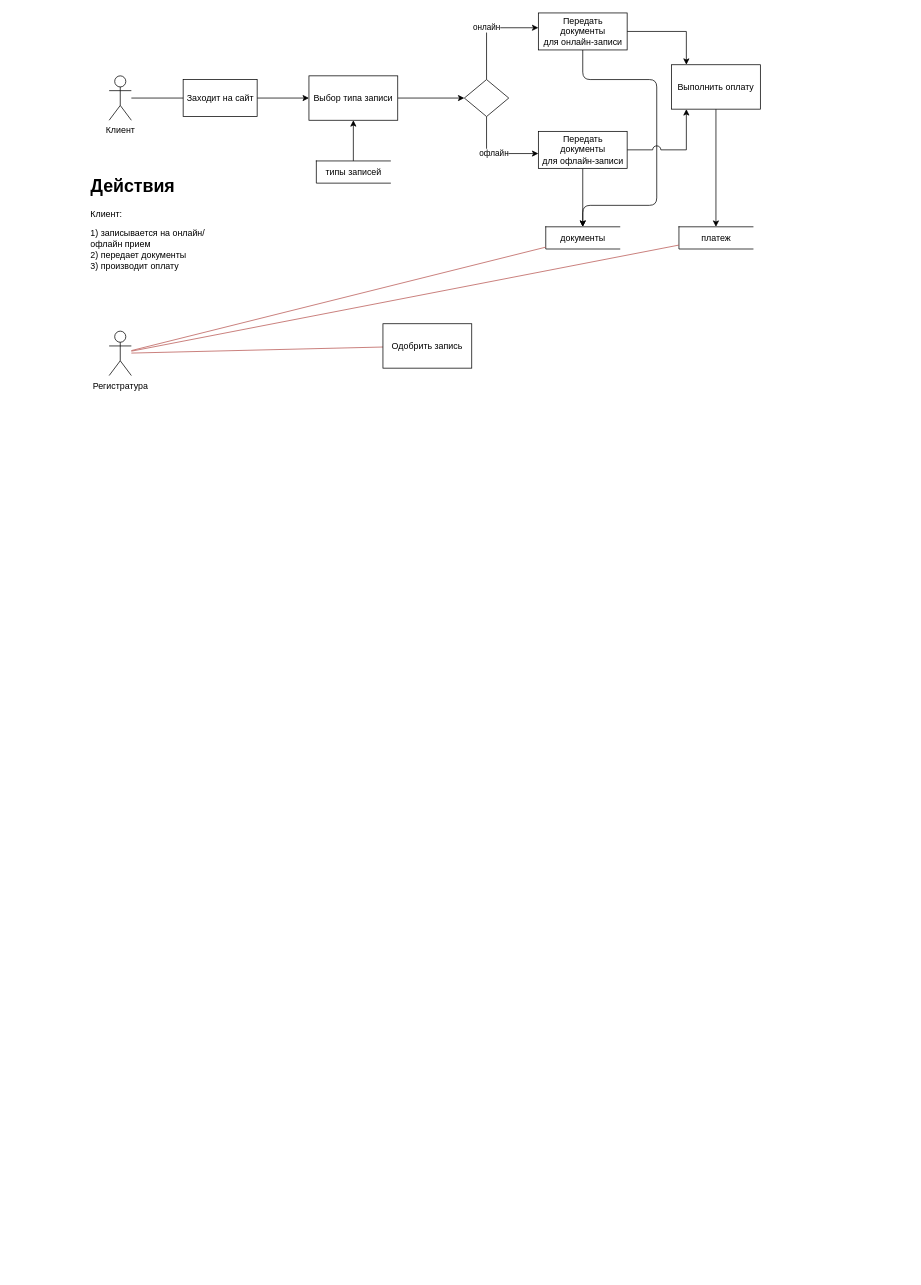
Earlier version of the draw.io diagram page "Page-2" (2 of 2) of diagram.drawio (vlvsk/TechnologiiProg). Source tidied: cells renumbered, new cells numbered last; positions are measured from the earlier drawing's top-left corner, leaving out a move shared by most shapes. Both pictures are drawn from the tidied source at 74%, with x=0, y=0 at pixel (87, 13).
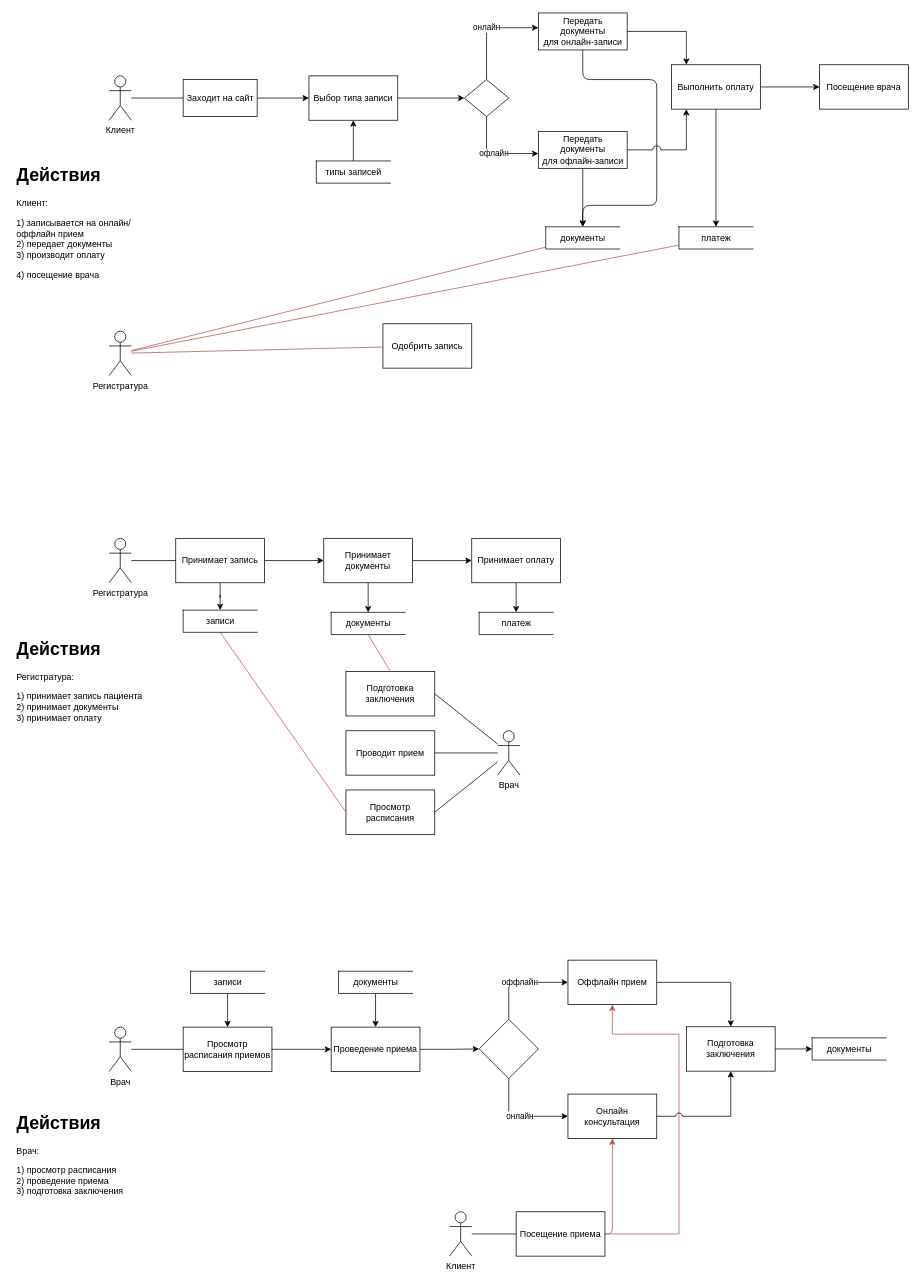
Above is the later version.

Unchanged cells that the change refers to:
```xml
<mxCell id="21" value="Выполнить оплату" style="whiteSpace=wrap;html=1;dashed=0;" parent="1" vertex="1">
  <mxGeometry x="790" y="70" width="120" height="60" as="geometry" />
</mxCell>
```

What changed in the source:
```diff
@@
-    <mxCell id="6" value="&lt;h1&gt;Действия&lt;br&gt;&lt;/h1&gt;&lt;p&gt;Клиент:&lt;/p&gt;&lt;p&gt;1) записывается на онлайн/офлайн прием&lt;br&gt;2) передает документы&lt;br&gt;3) производит оплату&lt;br&gt;&lt;/p&gt;&lt;div&gt;&lt;br&gt;&lt;/div&gt;&lt;div&gt;&lt;br&gt;&lt;/div&gt;" style="text;html=1;strokeColor=none;fillColor=none;spacing=5;spacingTop=-20;whiteSpace=wrap;overflow=hidden;rounded=0;" parent="1" vertex="1">
-      <mxGeometry y="214" width="190" height="180" as="geometry" />
+    <mxCell id="6" value="&lt;h1&gt;Действия&lt;br&gt;&lt;/h1&gt;&lt;p&gt;Клиент:&lt;/p&gt;&lt;p&gt;1) записывается на онлайн/оффлайн прием&lt;br&gt;2) передает документы&lt;br&gt;3) производит оплату&lt;br&gt;&lt;/p&gt;&lt;p&gt;4) посещение врача&lt;/p&gt;&lt;p&gt;&lt;br&gt;&lt;/p&gt;&lt;div&gt;&lt;br&gt;&lt;/div&gt;&lt;div&gt;&lt;br&gt;&lt;/div&gt;" style="text;html=1;strokeColor=none;fillColor=none;spacing=5;spacingTop=-20;whiteSpace=wrap;overflow=hidden;rounded=0;" parent="1" vertex="1">
+      <mxGeometry x="-100" y="200" width="190" height="180" as="geometry" />
     </mxCell>
@@
+    <mxCell id="29" style="edgeStyle=orthogonalEdgeStyle;rounded=0;jettySize=auto;html=1;" parent="1" edge="1" source="21" target="30">
+      <mxGeometry relative="1" as="geometry" />
+    </mxCell>
@@
+    <mxCell id="30" value="Посещение врача" style="whiteSpace=wrap;html=1;dashed=0;" parent="1" vertex="1">
+      <mxGeometry x="990" y="70" width="120" height="60" as="geometry" />
+    </mxCell>
+    <mxCell id="31" value="&lt;h1&gt;Действия&lt;br&gt;&lt;/h1&gt;&lt;p&gt;Регистратура:&lt;/p&gt;&lt;p&gt;1) принимает запись пациента&lt;br&gt;2) принимает документы&lt;br&gt;3) принимает оплату&lt;br&gt;&lt;/p&gt;&lt;p&gt;&lt;br&gt;&lt;/p&gt;&lt;div&gt;&lt;br&gt;&lt;/div&gt;&lt;div&gt;&lt;br&gt;&lt;/div&gt;" style="text;html=1;strokeColor=none;fillColor=none;spacing=5;spacingTop=-20;whiteSpace=wrap;overflow=hidden;rounded=0;" parent="1" vertex="1">
+      <mxGeometry x="-100" y="840" width="190" height="180" as="geometry" />
+    </mxCell>
+    <mxCell id="32" value="Регистратура" style="shape=umlActor;verticalLabelPosition=bottom;verticalAlign=top;html=1;outlineConnect=0;" parent="1" vertex="1">
+      <mxGeometry x="30" y="710" width="30" height="60" as="geometry" />
+    </mxCell>
+    <mxCell id="33" style="edgeStyle=orthogonalEdgeStyle;rounded=0;jettySize=auto;html=1;" parent="1" edge="1" source="35" target="39">
+      <mxGeometry relative="1" as="geometry" />
+    </mxCell>
+    <mxCell id="34" style="edgeStyle=orthogonalEdgeStyle;rounded=0;jettySize=auto;html=1;entryX=0.5;entryY=0;entryDx=0;entryDy=0;strokeColor=#000000;" parent="1" edge="1" source="35" target="72">
+      <mxGeometry relative="1" as="geometry" />
+    </mxCell>
+    <mxCell id="35" value="Принимает запись" style="rounded=0;whiteSpace=wrap;html=1;" parent="1" vertex="1">
+      <mxGeometry x="120" y="710" width="120" height="60" as="geometry" />
+    </mxCell>
+    <mxCell id="36" style="endArrow=none;html=1;entryX=0;entryY=0.5;entryDx=0;entryDy=0;" parent="1" edge="1" source="32" target="35">
+      <mxGeometry relative="1" as="geometry" />
+    </mxCell>
+    <mxCell id="37" style="edgeStyle=orthogonalEdgeStyle;rounded=0;jettySize=auto;html=1;" parent="1" edge="1" source="39" target="41">
+      <mxGeometry relative="1" as="geometry" />
+    </mxCell>
+    <mxCell id="38" style="edgeStyle=orthogonalEdgeStyle;rounded=0;jettySize=auto;html=1;entryX=0.5;entryY=0;entryDx=0;entryDy=0;" parent="1" edge="1" source="39" target="42">
+      <mxGeometry relative="1" as="geometry" />
+    </mxCell>
+    <mxCell id="39" value="Принимает документы" style="whiteSpace=wrap;html=1;rounded=0;" parent="1" vertex="1">
+      <mxGeometry x="320" y="710" width="120" height="60" as="geometry" />
+    </mxCell>
+    <mxCell id="40" style="edgeStyle=orthogonalEdgeStyle;rounded=0;jettySize=auto;html=1;entryX=0.5;entryY=0;entryDx=0;entryDy=0;" parent="1" edge="1" source="41" target="43">
+      <mxGeometry relative="1" as="geometry" />
+    </mxCell>
+    <mxCell id="41" value="Принимает оплату" style="rounded=0;whiteSpace=wrap;html=1;" parent="1" vertex="1">
+      <mxGeometry x="520" y="710" width="120" height="60" as="geometry" />
+    </mxCell>
+    <mxCell id="42" value="документы" style="html=1;dashed=0;whitespace=wrap;shape=partialRectangle;right=0;" parent="1" vertex="1">
+      <mxGeometry x="330" y="810" width="100" height="30" as="geometry" />
+    </mxCell>
+    <mxCell id="43" value="платеж" style="html=1;dashed=0;whitespace=wrap;shape=partialRectangle;right=0;" parent="1" vertex="1">
+      <mxGeometry x="530" y="810" width="100" height="30" as="geometry" />
+    </mxCell>
+    <mxCell id="44" value="Врач&lt;br&gt;" style="shape=umlActor;verticalLabelPosition=bottom;verticalAlign=top;html=1;outlineConnect=0;" parent="1" vertex="1">
+      <mxGeometry x="30" y="1370.5" width="30" height="60" as="geometry" />
+    </mxCell>
+    <mxCell id="45" style="edgeStyle=orthogonalEdgeStyle;rounded=0;jettySize=auto;html=1;" parent="1" edge="1" source="46" target="49">
+      <mxGeometry relative="1" as="geometry" />
+    </mxCell>
+    <mxCell id="46" value="Просмотр расписания приемов" style="rounded=0;whiteSpace=wrap;html=1;" parent="1" vertex="1">
+      <mxGeometry x="130" y="1370.5" width="120" height="60" as="geometry" />
+    </mxCell>
+    <mxCell id="47" style="endArrow=none;html=1;entryX=0;entryY=0.5;entryDx=0;entryDy=0;" parent="1" edge="1" source="44" target="46">
+      <mxGeometry relative="1" as="geometry" />
+    </mxCell>
+    <mxCell id="48" style="edgeStyle=orthogonalEdgeStyle;rounded=0;jettySize=auto;html=1;" parent="1" edge="1" source="49" target="52">
+      <mxGeometry relative="1" as="geometry" />
+    </mxCell>
+    <mxCell id="49" value="Проведение приема" style="rounded=0;whiteSpace=wrap;html=1;" parent="1" vertex="1">
+      <mxGeometry x="330" y="1370.5" width="120" height="60" as="geometry" />
+    </mxCell>
+    <mxCell id="50" value="оффлайн" style="edgeStyle=orthogonalEdgeStyle;rounded=0;jettySize=auto;html=1;entryX=0;entryY=0.5;entryDx=0;entryDy=0;" parent="1" edge="1" source="52" target="54">
+      <mxGeometry relative="1" as="geometry">
+        <Array as="points">
+          <mxPoint x="570" y="1310" />
+        </Array>
+      </mxGeometry>
+    </mxCell>
+    <mxCell id="51" value="онлайн" style="edgeStyle=orthogonalEdgeStyle;rounded=0;jettySize=auto;html=1;entryX=0;entryY=0.5;entryDx=0;entryDy=0;" parent="1" edge="1" source="52" target="55">
+      <mxGeometry relative="1" as="geometry">
+        <Array as="points">
+          <mxPoint x="570" y="1491" />
+        </Array>
+      </mxGeometry>
+    </mxCell>
+    <mxCell id="52" style="rhombus;whiteSpace=wrap;html=1;rounded=0;" parent="1" vertex="1">
+      <mxGeometry x="530" y="1360" width="80" height="80" as="geometry" />
+    </mxCell>
+    <mxCell id="53" style="edgeStyle=orthogonalEdgeStyle;rounded=0;jettySize=auto;html=1;" parent="1" edge="1" source="54" target="57">
+      <mxGeometry relative="1" as="geometry" />
+    </mxCell>
+    <mxCell id="54" value="Оффлайн прием" style="whiteSpace=wrap;html=1;rounded=0;" parent="1" vertex="1">
+      <mxGeometry x="650" y="1280" width="120" height="60" as="geometry" />
+    </mxCell>
+    <mxCell id="55" value="Онлайн &lt;br&gt;консультация" style="whiteSpace=wrap;html=1;rounded=0;" parent="1" vertex="1">
+      <mxGeometry x="650" y="1461" width="120" height="60" as="geometry" />
+    </mxCell>
+    <mxCell id="56" style="edgeStyle=orthogonalEdgeStyle;rounded=0;jettySize=auto;html=1;entryX=0;entryY=0.5;entryDx=0;entryDy=0;" parent="1" edge="1" source="57" target="58">
+      <mxGeometry relative="1" as="geometry" />
+    </mxCell>
+    <mxCell id="57" value="Подготовка заключения" style="whiteSpace=wrap;html=1;rounded=0;" parent="1" vertex="1">
+      <mxGeometry x="810" y="1370" width="120" height="60" as="geometry" />
+    </mxCell>
+    <mxCell id="58" value="документы" style="html=1;dashed=0;whitespace=wrap;shape=partialRectangle;right=0;" parent="1" vertex="1">
+      <mxGeometry x="980" y="1385" width="100" height="30" as="geometry" />
+    </mxCell>
+    <mxCell id="59" value="Врач" style="shape=umlActor;verticalLabelPosition=bottom;verticalAlign=top;html=1;outlineConnect=0;" parent="1" vertex="1">
+      <mxGeometry x="555" y="970" width="30" height="60" as="geometry" />
+    </mxCell>
+    <mxCell id="60" style="endArrow=none;html=1;entryX=0.5;entryY=1;entryDx=0;entryDy=0;strokeColor=#B85450;exitX=0.5;exitY=0;exitDx=0;exitDy=0;" parent="1" edge="1" source="63" target="42">
+      <mxGeometry relative="1" as="geometry" />
+    </mxCell>
+    <mxCell id="61" value="Проводит прием" style="rounded=0;whiteSpace=wrap;html=1;" parent="1" vertex="1">
+      <mxGeometry x="350" y="970" width="120" height="60" as="geometry" />
+    </mxCell>
+    <mxCell id="62" style="endArrow=none;html=1;strokeColor=#000000;entryX=1;entryY=0.5;entryDx=0;entryDy=0;" parent="1" edge="1" source="59" target="61">
+      <mxGeometry relative="1" as="geometry" />
+    </mxCell>
+    <mxCell id="63" value="Подготовка заключения" style="whiteSpace=wrap;html=1;rounded=0;" parent="1" vertex="1">
+      <mxGeometry x="350" y="890" width="120" height="60" as="geometry" />
+    </mxCell>
+    <mxCell id="64" value="Клиент" style="shape=umlActor;verticalLabelPosition=bottom;verticalAlign=top;html=1;outlineConnect=0;" parent="1" vertex="1">
+      <mxGeometry x="490" y="1620" width="30" height="60" as="geometry" />
+    </mxCell>
+    <mxCell id="65" style="edgeStyle=orthogonalEdgeStyle;rounded=1;jettySize=auto;html=1;entryX=0.5;entryY=1;entryDx=0;entryDy=0;strokeColor=#B85450;" parent="1" edge="1" source="67" target="55">
+      <mxGeometry relative="1" as="geometry">
+        <Array as="points">
+          <mxPoint x="710" y="1650" />
+        </Array>
+      </mxGeometry>
+    </mxCell>
+    <mxCell id="66" style="edgeStyle=orthogonalEdgeStyle;rounded=0;jettySize=auto;html=1;entryX=0.5;entryY=1;entryDx=0;entryDy=0;strokeColor=#B85450;" parent="1" edge="1" source="67" target="54">
+      <mxGeometry relative="1" as="geometry">
+        <Array as="points">
+          <mxPoint x="800" y="1650" />
+          <mxPoint x="800" y="1380" />
+          <mxPoint x="710" y="1380" />
+        </Array>
+      </mxGeometry>
+    </mxCell>
+    <mxCell id="67" value="Посещение приема" style="rounded=0;whiteSpace=wrap;html=1;" parent="1" vertex="1">
+      <mxGeometry x="580" y="1620" width="120" height="60" as="geometry" />
+    </mxCell>
+    <mxCell id="68" style="endArrow=none;html=1;strokeColor=#000000;entryX=1;entryY=0.5;entryDx=0;entryDy=0;" parent="1" edge="1" source="59" target="63">
+      <mxGeometry relative="1" as="geometry" />
+    </mxCell>
+    <mxCell id="69" value="Просмотр расписания" style="rounded=0;whiteSpace=wrap;html=1;" parent="1" vertex="1">
+      <mxGeometry x="350" y="1050" width="120" height="60" as="geometry" />
+    </mxCell>
+    <mxCell id="70" style="endArrow=none;html=1;strokeColor=#000000;exitX=1;exitY=0.5;exitDx=0;exitDy=0;" parent="1" edge="1" source="69" target="59">
+      <mxGeometry relative="1" as="geometry" />
+    </mxCell>
+    <mxCell id="71" style="endArrow=none;html=1;strokeColor=#B85450;exitX=0;exitY=0.5;exitDx=0;exitDy=0;entryX=0.5;entryY=1;entryDx=0;entryDy=0;" parent="1" edge="1" source="69" target="72">
+      <mxGeometry relative="1" as="geometry" />
+    </mxCell>
+    <mxCell id="72" value="записи" style="html=1;dashed=0;whitespace=wrap;shape=partialRectangle;right=0;" parent="1" vertex="1">
+      <mxGeometry x="130" y="807" width="100" height="30" as="geometry" />
+    </mxCell>
+    <mxCell id="73" style="edgeStyle=orthogonalEdgeStyle;rounded=0;jettySize=auto;html=1;entryX=0.5;entryY=0;entryDx=0;entryDy=0;strokeColor=#000000;" parent="1" edge="1" source="74" target="46">
+      <mxGeometry relative="1" as="geometry" />
+    </mxCell>
+    <mxCell id="74" value="записи" style="html=1;dashed=0;whitespace=wrap;shape=partialRectangle;right=0;" parent="1" vertex="1">
+      <mxGeometry x="140" y="1295" width="100" height="30" as="geometry" />
+    </mxCell>
+    <mxCell id="75" style="edgeStyle=orthogonalEdgeStyle;rounded=0;jettySize=auto;html=1;entryX=0.5;entryY=0;entryDx=0;entryDy=0;strokeColor=#000000;" parent="1" edge="1" source="76" target="49">
+      <mxGeometry relative="1" as="geometry" />
+    </mxCell>
+    <mxCell id="76" value="документы" style="html=1;dashed=0;whitespace=wrap;shape=partialRectangle;right=0;" parent="1" vertex="1">
+      <mxGeometry x="340" y="1295" width="100" height="30" as="geometry" />
+    </mxCell>
+    <mxCell id="77" style="endArrow=none;html=1;strokeColor=#000000;entryX=0;entryY=0.5;entryDx=0;entryDy=0;" parent="1" edge="1" source="64" target="67">
+      <mxGeometry relative="1" as="geometry" />
+    </mxCell>
+    <mxCell id="78" style="edgeStyle=orthogonalEdgeStyle;rounded=0;jettySize=auto;html=1;entryX=0.5;entryY=1;entryDx=0;entryDy=0;sketch=0;shadow=0;jumpStyle=arc;jumpSize=9;" parent="1" edge="1" source="55" target="57">
+      <mxGeometry relative="1" as="geometry" />
+    </mxCell>
+    <mxCell id="79" value="&lt;h1&gt;Действия&lt;br&gt;&lt;/h1&gt;&lt;p&gt;Врач:&lt;/p&gt;&lt;p&gt;1) просмотр расписания&lt;br&gt;2) проведение приема&lt;br&gt;3) подготовка заключения&lt;br&gt;&lt;/p&gt;&lt;p&gt;&lt;br&gt;&lt;/p&gt;&lt;div&gt;&lt;br&gt;&lt;/div&gt;&lt;div&gt;&lt;br&gt;&lt;/div&gt;" style="text;html=1;strokeColor=none;fillColor=none;spacing=5;spacingTop=-20;whiteSpace=wrap;overflow=hidden;rounded=0;" parent="1" vertex="1">
+      <mxGeometry x="-100" y="1480" width="190" height="180" as="geometry" />
+    </mxCell>
```
